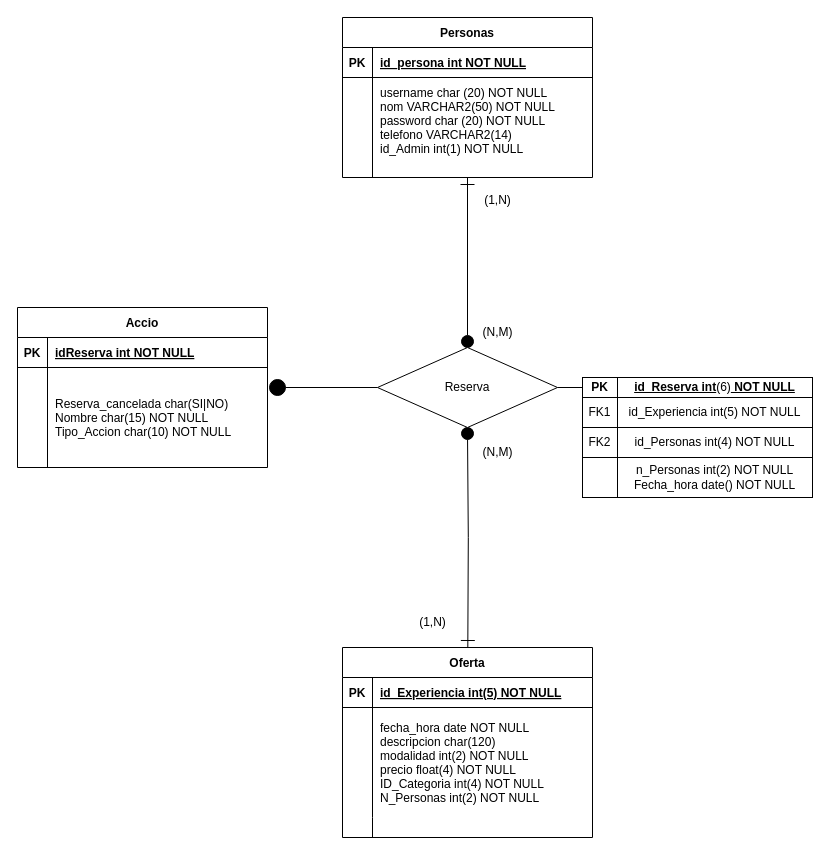
Above: Diagramas/Diagrama_ER_XaJo.drawio in joam6/Sailing_XaJo (draw.io), before the change. Source tidied: cells renumbered, new cells numbered last; positions are measured from the earlier drawing's top-left corner, leaving out a move shared by most shapes. Both pictures are drawn from the tidied source at 100%, with x=0, y=0 at pixel (17, 17).
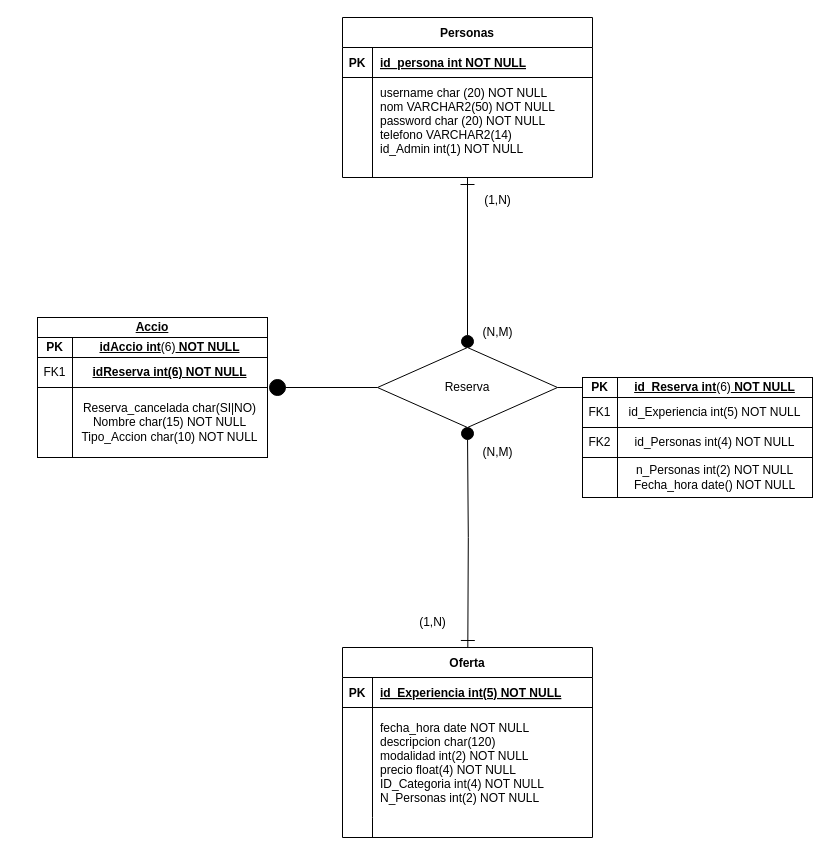
Above is the later version.

Unchanged cells that the change refers to:
```xml
<mxCell id="21" value="&lt;div&gt;Reserva&lt;/div&gt;" style="rhombus;whiteSpace=wrap;html=1;" parent="1" vertex="1">
  <mxGeometry x="360" y="330" width="180" height="80" as="geometry" />
</mxCell>
```

Diff of the diagram source:
```diff
@@
+    <mxCell id="42" style="edgeStyle=orthogonalEdgeStyle;rounded=0;jettySize=auto;html=1;exitX=0;exitY=0.5;exitDx=0;exitDy=0;startSize=5;endArrow=oval;endFill=1;strokeColor=default;endSize=16;targetPerimeterSpacing=0;" parent="1" edge="1" source="21">
+      <mxGeometry relative="1" as="geometry">
+        <mxPoint x="260" y="370" as="targetPoint" />
+      </mxGeometry>
+    </mxCell>
+    <mxCell id="43" value="&lt;span style=&quot;font-weight: 700; text-align: left; text-wrap-mode: nowrap; text-decoration-line: underline;&quot;&gt;idAccio int&lt;/span&gt;&lt;span style=&quot;text-align: left; text-wrap-mode: nowrap;&quot;&gt;(6)&lt;/span&gt;&lt;span style=&quot;font-weight: 700; text-align: left; text-wrap-mode: nowrap; text-decoration-line: underline;&quot;&gt;&amp;nbsp;NOT NULL&lt;/span&gt;" style="html=1;whiteSpace=wrap;" parent="1" vertex="1">
+      <mxGeometry x="55" y="320" width="195" height="20" as="geometry" />
+    </mxCell>
+    <mxCell id="37" value="&lt;span style=&quot;font-weight: 700; text-wrap-mode: nowrap;&quot;&gt;PK&lt;/span&gt;" style="html=1;whiteSpace=wrap;" parent="1" vertex="1">
+      <mxGeometry x="20" y="320" width="35" height="20" as="geometry" />
+    </mxCell>
+    <mxCell id="44" style="html=1;whiteSpace=wrap;" parent="1" vertex="1">
+      <mxGeometry x="20" y="370" width="35" height="70" as="geometry" />
+    </mxCell>
+    <mxCell id="41" value="&lt;div&gt;&lt;span style=&quot;text-align: left; text-wrap: nowrap;&quot;&gt;Reserva_cancelada char(SI|NO)&lt;/span&gt;&lt;br style=&quot;padding: 0px; margin: 0px; text-align: left; text-wrap: nowrap;&quot;&gt;&lt;span style=&quot;text-align: left; text-wrap: nowrap;&quot;&gt;Nombre char(15) NOT NULL&lt;/span&gt;&lt;br style=&quot;padding: 0px; margin: 0px; text-align: left; text-wrap: nowrap;&quot;&gt;&lt;span style=&quot;text-align: left; text-wrap: nowrap;&quot;&gt;Tipo_Accion char(10) NOT NULL&lt;/span&gt;&lt;br style=&quot;padding: 0px; margin: 0px; text-align: left; text-wrap: nowrap;&quot;&gt;&lt;/div&gt;" style="html=1;whiteSpace=wrap;" parent="1" vertex="1">
+      <mxGeometry x="55" y="370" width="195" height="70" as="geometry" />
+    </mxCell>
+    <mxCell id="45" value="&lt;span style=&quot;text-wrap-mode: nowrap;&quot;&gt;FK1&lt;/span&gt;" style="html=1;whiteSpace=wrap;" parent="1" vertex="1">
+      <mxGeometry x="20" y="340" width="35" height="30" as="geometry" />
+    </mxCell>
+    <mxCell id="46" value="&lt;span style=&quot;font-weight: 700; text-align: left; text-wrap: nowrap; text-decoration-line: underline;&quot;&gt;idReserva int(6) NOT NULL&lt;/span&gt;" style="html=1;whiteSpace=wrap;" parent="1" vertex="1">
+      <mxGeometry x="55" y="340" width="195" height="30" as="geometry" />
+    </mxCell>
-    <mxCell id="35" value="Accio" style="shape=table;startSize=30;childLayout=tableLayout;rowLines=0;fontStyle=1;align=center;" parent="1" vertex="1">
-      <mxGeometry y="290" width="250" height="160" as="geometry" />
+    <mxCell id="35" value="&lt;div style=&quot;text-align: left;&quot;&gt;&lt;span style=&quot;background-color: initial;&quot;&gt;&lt;b&gt;&lt;u&gt;Accio&lt;/u&gt;&lt;/b&gt;&lt;/span&gt;&lt;/div&gt;" style="html=1;whiteSpace=wrap;" parent="1" vertex="1">
+      <mxGeometry x="20" y="300" width="230" height="20" as="geometry" />
     </mxCell>
-    <mxCell id="36" style="shape=partialRectangle;fillColor=none;top=0;left=0;right=0;bottom=1;" parent="35" vertex="1">
-      <mxGeometry y="30" width="250" height="30" as="geometry" />
-    </mxCell>
-    <mxCell id="37" value="PK" style="shape=partialRectangle;overflow=hidden;fillColor=none;top=0;left=0;bottom=0;right=0;fontStyle=1;" parent="36" vertex="1">
-      <mxGeometry width="30" height="30" as="geometry" />
-    </mxCell>
-    <mxCell id="38" value="idReserva int NOT NULL " style="shape=partialRectangle;overflow=hidden;fillColor=none;top=0;left=0;bottom=0;right=0;align=left;spacingLeft=6;fontStyle=5;" parent="36" vertex="1">
-      <mxGeometry x="30" width="220" height="30" as="geometry" />
-    </mxCell>
-    <mxCell id="39" style="shape=partialRectangle;fillColor=none;top=0;left=0;right=0;bottom=0;" parent="35" vertex="1">
-      <mxGeometry y="60" width="250" height="100" as="geometry" />
-    </mxCell>
-    <mxCell id="40" style="shape=partialRectangle;overflow=hidden;fillColor=none;top=0;left=0;bottom=0;right=0;" parent="39" vertex="1">
-      <mxGeometry width="30" height="100" as="geometry" />
-    </mxCell>
-    <mxCell id="41" value="Reserva_cancelada char(SI|NO)&#10;Nombre char(15) NOT NULL&#10;Tipo_Accion char(10) NOT NULL" style="shape=partialRectangle;overflow=hidden;fillColor=none;top=0;left=0;bottom=0;right=0;align=left;spacingLeft=6;" parent="39" vertex="1">
-      <mxGeometry x="30" width="220" height="100" as="geometry" />
-    </mxCell>
-    <mxCell id="42" style="edgeStyle=orthogonalEdgeStyle;rounded=0;jettySize=auto;html=1;exitX=0;exitY=0.5;exitDx=0;exitDy=0;startSize=5;endArrow=oval;endFill=1;strokeColor=default;endSize=16;targetPerimeterSpacing=0;" parent="1" edge="1" source="21">
-      <mxGeometry relative="1" as="geometry">
-        <mxPoint x="260" y="370" as="targetPoint" />
-      </mxGeometry>
-    </mxCell>
```
